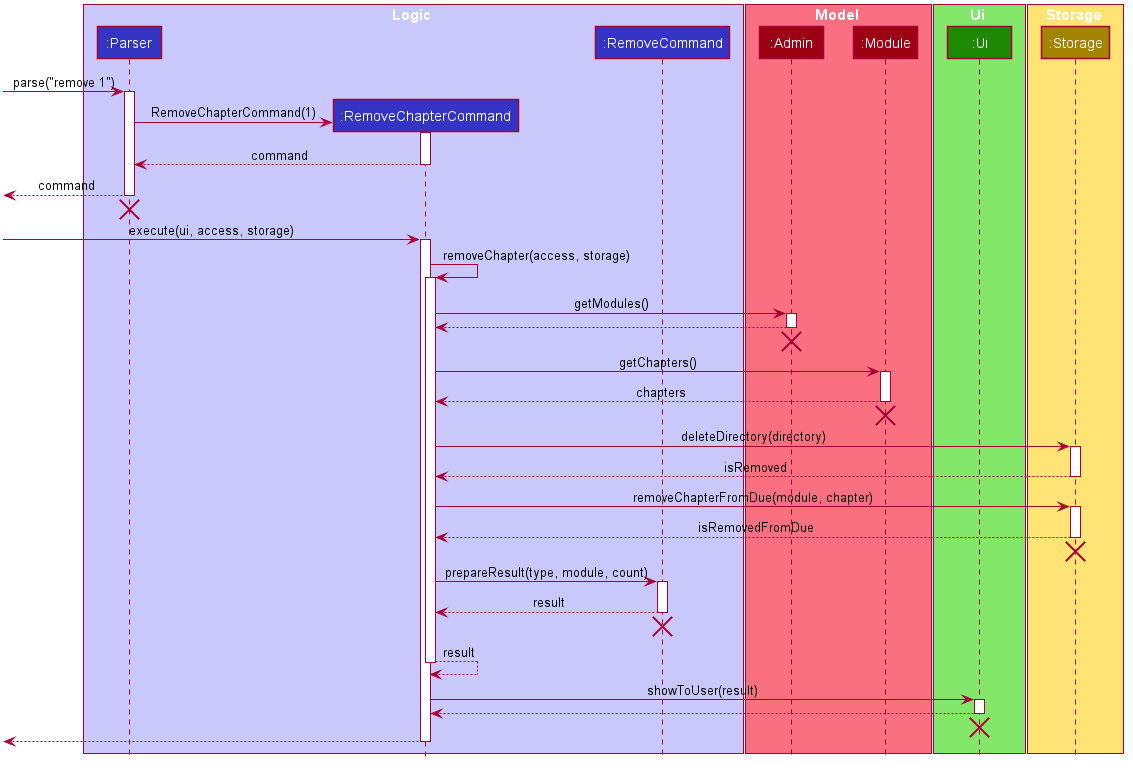
The PlantUML diagram docs/DG_Images/removechap_seq_diagram.png in nus-cs2113-AY2021S1/tp, before a commit.
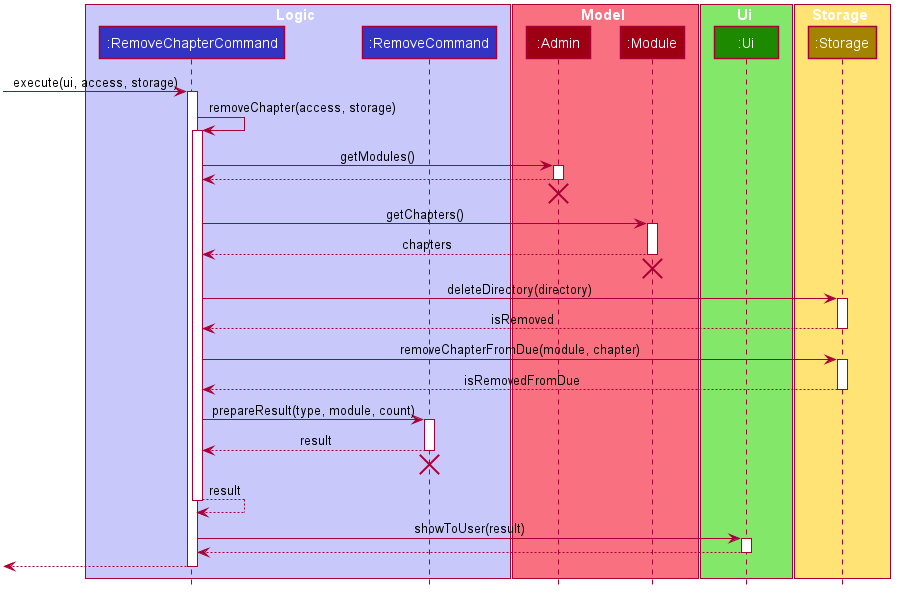
Above is the later version.

Commit message:
Remove parser and modify deletion of objects

What changed in the source:
```diff
@@ -49,7 +49,6 @@
 hide circle
 
 box Logic #C8C8FA
-participant ":Parser" as Parser #3333C4
 participant ":RemoveChapterCommand" as RemoveChapterCommand #3333C4
 participant ":RemoveCommand" as RemoveCommand #3333C4
 end box
@@ -66,21 +65,6 @@
 box Storage #FFE374
 participant ":Storage" as Storage #A38300
 end box
-
-[-> Parser : parse("remove 1")
-activate Parser
-
-create RemoveChapterCommand
-Parser -> RemoveChapterCommand : RemoveChapterCommand(1)
-activate RemoveChapterCommand
-
-RemoveChapterCommand --> Parser : command
-deactivate RemoveChapterCommand
-
-[<-- Parser : command
-deactivate Parser
-[<-[hidden]- Parser
-destroy Parser
 
 -> RemoveChapterCommand : execute(ui, access, storage)
 activate RemoveChapterCommand
@@ -106,8 +90,6 @@
 activate Storage
 RemoveChapterCommand <-- Storage : isRemovedFromDue
 deactivate Storage
-[<-[hidden]- Storage
-destroy Storage
 RemoveChapterCommand -> RemoveCommand : prepareResult(type, module, count)
 activate RemoveCommand
 RemoveChapterCommand <-- RemoveCommand : result
@@ -120,8 +102,6 @@
 activate Ui
 RemoveChapterCommand <-- Ui
 deactivate Ui
-[<-[hidden]- Ui
-destroy Ui
 <-- RemoveChapterCommand
 deactivate RemoveChapterCommand
 @enduml
```
